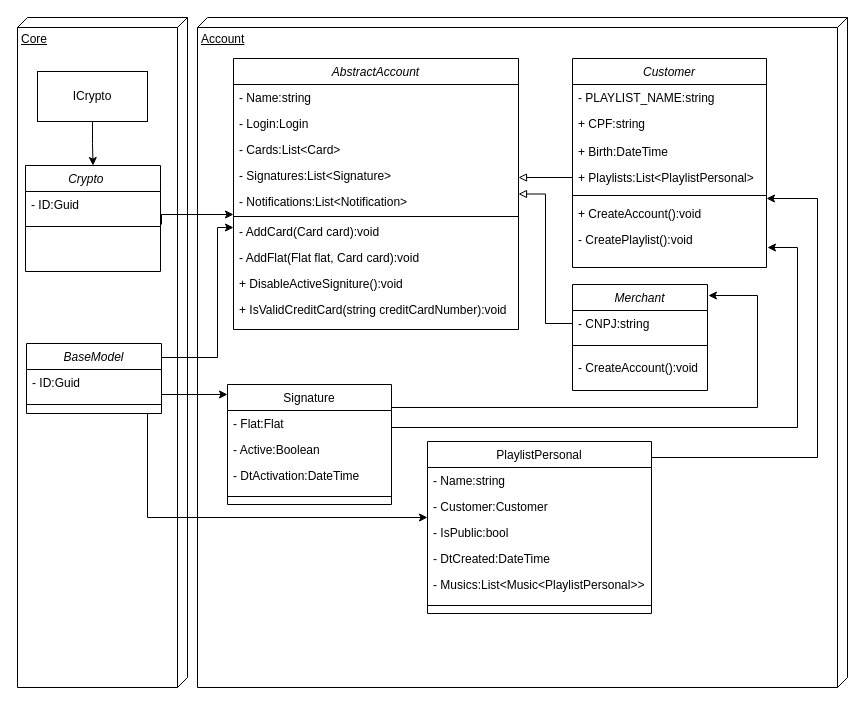
Above: Class_Diagram.drawio in alexfariakof/Infnet_Tecnologia_.NET_23E4_2 (draw.io), before the change. Source tidied: cells renumbered, new cells numbered last; positions are measured from the earlier drawing's top-left corner, leaving out a move shared by most shapes. Both pictures are drawn from the tidied source at 100%, with x=0, y=0 at pixel (17, 17).
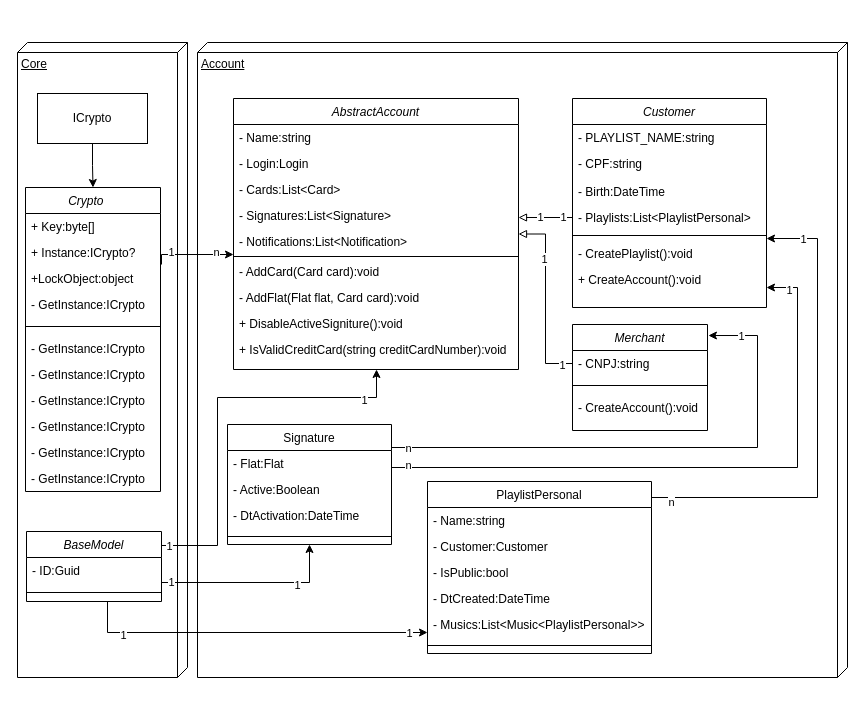
The same page after the edit.

Unchanged cells that the change refers to:
```xml
<mxCell id="50" style="edgeStyle=orthogonalEdgeStyle;rounded=0;jettySize=auto;html=1;endArrow=block;endFill=0;" parent="1" edge="1" source="30" target="4">
  <mxGeometry relative="1" as="geometry" />
</mxCell>
```

What changed in the source:
```diff
@@
     <mxCell id="2" value="Account&lt;br&gt;" style="verticalAlign=top;align=left;spacingTop=8;spacingLeft=2;spacingRight=12;shape=cube;size=10;direction=south;fontStyle=4;html=1;whiteSpace=wrap;" parent="1" vertex="1">
-      <mxGeometry x="180" width="650" height="670" as="geometry" />
+      <mxGeometry x="180" y="25" width="650" height="635" as="geometry" />
     </mxCell>
     <mxCell id="3" value="Core&lt;br&gt;" style="verticalAlign=top;align=left;spacingTop=8;spacingLeft=2;spacingRight=12;shape=cube;size=10;direction=south;fontStyle=4;html=1;whiteSpace=wrap;" parent="1" vertex="1">
-      <mxGeometry width="170" height="670" as="geometry" />
+      <mxGeometry y="25" width="170" height="635" as="geometry" />
     </mxCell>
     <mxCell id="4" value="AbstractAccount" style="swimlane;fontStyle=2;align=center;verticalAlign=top;horizontal=1;startSize=26;rounded=0;shadow=0;strokeWidth=1;labelBackgroundColor=default;" parent="1" vertex="1">
-      <mxGeometry x="216" y="41" width="285" height="271" as="geometry" />
+      <mxGeometry x="216" y="81" width="285" height="271" as="geometry" />
     </mxCell>
@@
     <mxCell id="15" value="Customer" style="swimlane;fontStyle=2;align=center;verticalAlign=top;horizontal=1;startSize=26;rounded=0;shadow=0;strokeWidth=1;labelBackgroundColor=default;" parent="1" vertex="1">
-      <mxGeometry x="555" y="41" width="194" height="209" as="geometry" />
+      <mxGeometry x="555" y="81" width="194" height="209" as="geometry" />
     </mxCell>
@@
-    <mxCell id="17" value="+ CPF:string" style="text;align=left;verticalAlign=top;spacingLeft=4;spacingRight=4;overflow=hidden;rounded=0;shadow=0;html=0;" parent="15" vertex="1">
+    <mxCell id="17" value="- CPF:string" style="text;align=left;verticalAlign=top;spacingLeft=4;spacingRight=4;overflow=hidden;rounded=0;shadow=0;html=0;" parent="15" vertex="1">
       <mxGeometry y="52" width="194" height="28" as="geometry" />
     </mxCell>
-    <mxCell id="18" value="+ Birth:DateTime" style="text;align=left;verticalAlign=top;spacingLeft=4;spacingRight=4;overflow=hidden;rounded=0;shadow=0;html=0;" parent="15" vertex="1">
+    <mxCell id="18" value="- Birth:DateTime" style="text;align=left;verticalAlign=top;spacingLeft=4;spacingRight=4;overflow=hidden;rounded=0;shadow=0;html=0;" parent="15" vertex="1">
       <mxGeometry y="80" width="194" height="26" as="geometry" />
     </mxCell>
-    <mxCell id="19" value="+ Playlists:List&lt;PlaylistPersonal&gt;" style="text;align=left;verticalAlign=top;spacingLeft=4;spacingRight=4;overflow=hidden;points=[[0,0.5],[1,0.5]];portConstraint=eastwest;rounded=0;shadow=0;html=0;" parent="15" vertex="1">
+    <mxCell id="19" value="- Playlists:List&lt;PlaylistPersonal&gt;" style="text;align=left;verticalAlign=top;spacingLeft=4;spacingRight=4;overflow=hidden;points=[[0,0.5],[1,0.5]];portConstraint=eastwest;rounded=0;shadow=0;html=0;" parent="15" vertex="1">
       <mxGeometry y="106" width="194" height="26" as="geometry" />
     </mxCell>
@@
+    <mxCell id="22" value="- CreatePlaylist():void" style="text;align=left;verticalAlign=top;spacingLeft=4;spacingRight=4;overflow=hidden;points=[[0,0.5],[1,0.5]];portConstraint=eastwest;rounded=0;shadow=0;html=0;" parent="15" vertex="1">
+      <mxGeometry y="142" width="194" height="26" as="geometry" />
+    </mxCell>
     <mxCell id="21" value="+ CreateAccount():void" style="text;align=left;verticalAlign=top;spacingLeft=4;spacingRight=4;overflow=hidden;rounded=0;shadow=0;html=0;" parent="15" vertex="1">
-      <mxGeometry y="142" width="194" height="26" as="geometry" />
+      <mxGeometry y="168" width="194" height="26" as="geometry" />
     </mxCell>
-    <mxCell id="22" value="- CreatePlaylist():void" style="text;align=left;verticalAlign=top;spacingLeft=4;spacingRight=4;overflow=hidden;points=[[0,0.5],[1,0.5]];portConstraint=eastwest;rounded=0;shadow=0;html=0;" parent="15" vertex="1">
-      <mxGeometry y="168" width="194" height="26" as="geometry" />
-    </mxCell>
     <mxCell id="23" value="Signature" style="swimlane;fontStyle=0;align=center;verticalAlign=top;horizontal=1;startSize=26;rounded=0;shadow=0;strokeWidth=1;" parent="1" vertex="1">
-      <mxGeometry x="210" y="367" width="164" height="120" as="geometry" />
+      <mxGeometry x="210" y="407" width="164" height="120" as="geometry" />
     </mxCell>
@@
     <mxCell id="29" value="Merchant" style="swimlane;fontStyle=2;align=center;verticalAlign=top;horizontal=1;startSize=26;rounded=0;shadow=0;strokeWidth=1;labelBackgroundColor=default;" parent="1" vertex="1">
-      <mxGeometry x="555" y="267" width="135" height="106" as="geometry" />
+      <mxGeometry x="555" y="307" width="135" height="106" as="geometry" />
     </mxCell>
@@
     <mxCell id="33" value="Crypto    " style="swimlane;fontStyle=2;align=center;verticalAlign=top;horizontal=1;startSize=26;rounded=0;shadow=0;strokeWidth=1;labelBackgroundColor=default;" parent="1" vertex="1">
-      <mxGeometry x="8" y="148" width="135" height="106" as="geometry" />
+      <mxGeometry x="8" y="170" width="135" height="304" as="geometry" />
     </mxCell>
-    <mxCell id="34" value="- ID:Guid" style="text;align=left;verticalAlign=top;spacingLeft=4;spacingRight=4;overflow=hidden;rounded=0;shadow=0;html=0;" parent="33" vertex="1">
+    <mxCell id="34" value="+ Key:byte[]" style="text;align=left;verticalAlign=top;spacingLeft=4;spacingRight=4;overflow=hidden;rounded=0;shadow=0;html=0;" parent="33" vertex="1">
       <mxGeometry y="26" width="135" height="26" as="geometry" />
     </mxCell>
+    <mxCell id="57" value="+ Instance:ICrypto?" style="text;align=left;verticalAlign=top;spacingLeft=4;spacingRight=4;overflow=hidden;rounded=0;shadow=0;html=0;" parent="33" vertex="1">
+      <mxGeometry y="52" width="135" height="26" as="geometry" />
+    </mxCell>
+    <mxCell id="58" value="+LockObject:object " style="text;align=left;verticalAlign=top;spacingLeft=4;spacingRight=4;overflow=hidden;rounded=0;shadow=0;html=0;" parent="33" vertex="1">
+      <mxGeometry y="78" width="135" height="26" as="geometry" />
+    </mxCell>
+    <mxCell id="59" value="- GetInstance:ICrypto" style="text;align=left;verticalAlign=top;spacingLeft=4;spacingRight=4;overflow=hidden;rounded=0;shadow=0;html=0;" parent="33" vertex="1">
+      <mxGeometry y="104" width="135" height="26" as="geometry" />
+    </mxCell>
     <mxCell id="35" style="line;html=1;strokeWidth=1;align=left;verticalAlign=middle;spacingTop=-1;spacingLeft=3;spacingRight=3;labelPosition=right;" parent="33" vertex="1">
-      <mxGeometry y="52" width="135" height="18" as="geometry" />
+      <mxGeometry y="130" width="135" height="18" as="geometry" />
     </mxCell>
+    <mxCell id="60" value="- GetInstance:ICrypto" style="text;align=left;verticalAlign=top;spacingLeft=4;spacingRight=4;overflow=hidden;rounded=0;shadow=0;html=0;" parent="33" vertex="1">
+      <mxGeometry y="148" width="135" height="26" as="geometry" />
+    </mxCell>
+    <mxCell id="61" value="- GetInstance:ICrypto" style="text;align=left;verticalAlign=top;spacingLeft=4;spacingRight=4;overflow=hidden;rounded=0;shadow=0;html=0;" parent="33" vertex="1">
+      <mxGeometry y="174" width="135" height="26" as="geometry" />
+    </mxCell>
+    <mxCell id="62" value="- GetInstance:ICrypto" style="text;align=left;verticalAlign=top;spacingLeft=4;spacingRight=4;overflow=hidden;rounded=0;shadow=0;html=0;" parent="33" vertex="1">
+      <mxGeometry y="200" width="135" height="26" as="geometry" />
+    </mxCell>
+    <mxCell id="63" value="- GetInstance:ICrypto" style="text;align=left;verticalAlign=top;spacingLeft=4;spacingRight=4;overflow=hidden;rounded=0;shadow=0;html=0;" parent="33" vertex="1">
+      <mxGeometry y="226" width="135" height="26" as="geometry" />
+    </mxCell>
+    <mxCell id="64" value="- GetInstance:ICrypto" style="text;align=left;verticalAlign=top;spacingLeft=4;spacingRight=4;overflow=hidden;rounded=0;shadow=0;html=0;" parent="33" vertex="1">
+      <mxGeometry y="252" width="135" height="26" as="geometry" />
+    </mxCell>
+    <mxCell id="65" value="- GetInstance:ICrypto" style="text;align=left;verticalAlign=top;spacingLeft=4;spacingRight=4;overflow=hidden;rounded=0;shadow=0;html=0;" parent="33" vertex="1">
+      <mxGeometry y="278" width="135" height="26" as="geometry" />
+    </mxCell>
@@
     <mxCell id="37" value="ICrypto" style="html=1;whiteSpace=wrap;" parent="1" vertex="1">
-      <mxGeometry x="20" y="54" width="110" height="50" as="geometry" />
+      <mxGeometry x="20" y="76" width="110" height="50" as="geometry" />
     </mxCell>
     <mxCell id="38" value="BaseModel" style="swimlane;fontStyle=2;align=center;verticalAlign=top;horizontal=1;startSize=26;rounded=0;shadow=0;strokeWidth=1;labelBackgroundColor=default;" parent="1" vertex="1">
-      <mxGeometry x="9" y="326" width="135" height="70" as="geometry" />
+      <mxGeometry x="9" y="514" width="135" height="70" as="geometry" />
     </mxCell>
@@
     <mxCell id="41" style="edgeStyle=orthogonalEdgeStyle;rounded=0;jettySize=auto;html=1;" parent="1" edge="1" source="42" target="15">
       <mxGeometry relative="1" as="geometry">
         <Array as="points">
-          <mxPoint x="800" y="440" />
-          <mxPoint x="800" y="181" />
+          <mxPoint x="800" y="480" />
+          <mxPoint x="800" y="221" />
         </Array>
       </mxGeometry>
     </mxCell>
+    <mxCell id="66" value="1" style="edgeLabel;html=1;align=center;verticalAlign=middle;" parent="41" vertex="1">
+      <mxGeometry x="0.85" relative="1" as="geometry" />
+    </mxCell>
+    <mxCell id="67" value="n" style="edgeLabel;html=1;align=center;verticalAlign=middle;" parent="41" vertex="1">
+      <mxGeometry x="-0.92" y="-4" relative="1" as="geometry" />
+    </mxCell>
     <mxCell id="42" value="PlaylistPersonal" style="swimlane;fontStyle=0;align=center;verticalAlign=top;horizontal=1;startSize=26;rounded=0;shadow=0;strokeWidth=1;" parent="1" vertex="1">
-      <mxGeometry x="410" y="424" width="224" height="172" as="geometry" />
+      <mxGeometry x="410" y="464" width="224" height="172" as="geometry" />
     </mxCell>
@@
     <mxCell id="49" style="edgeStyle=orthogonalEdgeStyle;rounded=0;jettySize=auto;html=1;endArrow=block;endFill=0;" parent="1" edge="1" source="19" target="4">
       <mxGeometry relative="1" as="geometry">
         <Array as="points">
-          <mxPoint x="640" y="173" />
-          <mxPoint x="640" y="173" />
+          <mxPoint x="640" y="213" />
+          <mxPoint x="640" y="213" />
         </Array>
       </mxGeometry>
     </mxCell>
+    <mxCell id="68" value="1" style="edgeLabel;html=1;align=center;verticalAlign=middle;" parent="49" vertex="1">
+      <mxGeometry x="0.22" y="-1" relative="1" as="geometry" />
+    </mxCell>
+    <mxCell id="69" value="1" style="edgeLabel;html=1;align=center;verticalAlign=middle;" parent="49" vertex="1">
+      <mxGeometry x="-0.63" y="-1" relative="1" as="geometry" />
+    </mxCell>
@@
+    <mxCell id="70" value="1" style="edgeLabel;html=1;align=center;verticalAlign=middle;" parent="50" vertex="1">
+      <mxGeometry x="0.44" y="2" relative="1" as="geometry" />
+    </mxCell>
+    <mxCell id="71" value="1" style="edgeLabel;html=1;align=center;verticalAlign=middle;" parent="50" vertex="1">
+      <mxGeometry x="-0.88" y="1" relative="1" as="geometry" />
+    </mxCell>
     <mxCell id="51" style="edgeStyle=orthogonalEdgeStyle;rounded=0;jettySize=auto;html=1;exitX=1;exitY=0.25;exitDx=0;exitDy=0;" parent="1" edge="1" source="38" target="4">
       <mxGeometry relative="1" as="geometry">
         <Array as="points">
-          <mxPoint x="144" y="340" />
-          <mxPoint x="200" y="340" />
-          <mxPoint x="200" y="210" />
+          <mxPoint x="144" y="528" />
+          <mxPoint x="200" y="528" />
+          <mxPoint x="200" y="380" />
+          <mxPoint x="359" y="380" />
         </Array>
       </mxGeometry>
     </mxCell>
+    <mxCell id="72" value="1" style="edgeLabel;html=1;align=center;verticalAlign=middle;" parent="51" vertex="1">
+      <mxGeometry x="-0.75" relative="1" as="geometry">
+        <mxPoint x="-38" as="offset" />
+      </mxGeometry>
+    </mxCell>
+    <mxCell id="73" value="1" style="edgeLabel;html=1;align=center;verticalAlign=middle;" parent="51" vertex="1">
+      <mxGeometry x="0.69" y="-2" relative="1" as="geometry">
+        <mxPoint x="21" as="offset" />
+      </mxGeometry>
+    </mxCell>
     <mxCell id="52" style="edgeStyle=orthogonalEdgeStyle;rounded=0;orthogonalLoop=1;jettySize=auto;html=1;" parent="1" edge="1">
       <mxGeometry relative="1" as="geometry">
-        <mxPoint x="144" y="207" as="sourcePoint" />
-        <mxPoint x="216" y="197" as="targetPoint" />
+        <mxPoint x="144" y="247" as="sourcePoint" />
+        <mxPoint x="216" y="237" as="targetPoint" />
         <Array as="points">
-          <mxPoint x="144" y="197" />
+          <mxPoint x="144" y="237" />
         </Array>
       </mxGeometry>
     </mxCell>
+    <mxCell id="74" value="1" style="edgeLabel;html=1;align=center;verticalAlign=middle;" parent="52" vertex="1">
+      <mxGeometry x="-0.54" y="3" relative="1" as="geometry" />
+    </mxCell>
+    <mxCell id="75" value="n" style="edgeLabel;html=1;align=center;verticalAlign=middle;" parent="52" vertex="1">
+      <mxGeometry x="0.34" y="3" relative="1" as="geometry">
+        <mxPoint x="9" as="offset" />
+      </mxGeometry>
+    </mxCell>
-    <mxCell id="53" style="edgeStyle=orthogonalEdgeStyle;rounded=0;jettySize=auto;html=1;entryX=1.005;entryY=0.808;entryDx=0;entryDy=0;entryPerimeter=0;" parent="1" edge="1" source="23" target="22">
+    <mxCell id="53" style="edgeStyle=orthogonalEdgeStyle;rounded=0;jettySize=auto;html=1;" parent="1" edge="1" source="23" target="15">
       <mxGeometry relative="1" as="geometry">
         <Array as="points">
-          <mxPoint x="780" y="410" />
-          <mxPoint x="780" y="230" />
+          <mxPoint x="780" y="450" />
+          <mxPoint x="780" y="270" />
         </Array>
       </mxGeometry>
     </mxCell>
+    <mxCell id="76" value="n" style="edgeLabel;html=1;align=center;verticalAlign=middle;" parent="53" vertex="1">
+      <mxGeometry x="-0.94" y="3" relative="1" as="geometry">
+        <mxPoint x="-3" as="offset" />
+      </mxGeometry>
+    </mxCell>
+    <mxCell id="77" value="1" style="edgeLabel;html=1;align=center;verticalAlign=middle;" parent="53" vertex="1">
+      <mxGeometry x="0.93" y="2" relative="1" as="geometry" />
+    </mxCell>
     <mxCell id="54" style="edgeStyle=orthogonalEdgeStyle;rounded=0;jettySize=auto;html=1;entryX=1.007;entryY=0.104;entryDx=0;entryDy=0;entryPerimeter=0;" parent="1" edge="1" source="23" target="29">
       <mxGeometry relative="1" as="geometry">
         <Array as="points">
-          <mxPoint x="740" y="390" />
-          <mxPoint x="740" y="278" />
+          <mxPoint x="740" y="430" />
+          <mxPoint x="740" y="318" />
         </Array>
       </mxGeometry>
     </mxCell>
+    <mxCell id="78" value="1" style="edgeLabel;html=1;align=center;verticalAlign=middle;" parent="54" vertex="1">
+      <mxGeometry x="0.88" relative="1" as="geometry" />
+    </mxCell>
+    <mxCell id="79" value="n" style="edgeLabel;html=1;align=center;verticalAlign=middle;" parent="54" vertex="1">
+      <mxGeometry x="-0.94" relative="1" as="geometry" />
+    </mxCell>
-    <mxCell id="55" style="edgeStyle=orthogonalEdgeStyle;rounded=0;jettySize=auto;html=1;entryX=0;entryY=0.083;entryDx=0;entryDy=0;entryPerimeter=0;" parent="1" edge="1" source="38" target="23">
+    <mxCell id="55" style="edgeStyle=orthogonalEdgeStyle;rounded=0;jettySize=auto;html=1;" parent="1" edge="1" source="38" target="23">
       <mxGeometry relative="1" as="geometry">
         <Array as="points">
-          <mxPoint x="170" y="377" />
-          <mxPoint x="170" y="377" />
+          <mxPoint x="292" y="565" />
         </Array>
       </mxGeometry>
     </mxCell>
+    <mxCell id="80" value="1" style="edgeLabel;html=1;align=center;verticalAlign=middle;" parent="55" vertex="1">
+      <mxGeometry y="-2" relative="1" as="geometry">
+        <mxPoint x="42" as="offset" />
+      </mxGeometry>
+    </mxCell>
+    <mxCell id="81" value="1" style="edgeLabel;html=1;align=center;verticalAlign=middle;" parent="55" vertex="1">
+      <mxGeometry x="-0.55" y="1" relative="1" as="geometry">
+        <mxPoint x="-33" as="offset" />
+      </mxGeometry>
+    </mxCell>
-    <mxCell id="56" style="edgeStyle=orthogonalEdgeStyle;rounded=0;jettySize=auto;html=1;" parent="1" edge="1" source="38" target="42">
+    <mxCell id="56" style="edgeStyle=orthogonalEdgeStyle;rounded=0;jettySize=auto;html=1;" parent="1" edge="1" source="38">
       <mxGeometry relative="1" as="geometry">
+        <mxPoint x="410" y="615" as="targetPoint" />
         <Array as="points">
-          <mxPoint x="130" y="500" />
+          <mxPoint x="90" y="615" />
         </Array>
       </mxGeometry>
     </mxCell>
+    <mxCell id="82" value="1" style="edgeLabel;html=1;align=center;verticalAlign=middle;" parent="56" vertex="1">
+      <mxGeometry x="-0.74" y="-2" relative="1" as="geometry" />
+    </mxCell>
+    <mxCell id="83" value="1" style="edgeLabel;html=1;align=center;verticalAlign=middle;" parent="56" vertex="1">
+      <mxGeometry x="0.91" relative="1" as="geometry">
+        <mxPoint x="-3" as="offset" />
+      </mxGeometry>
+    </mxCell>
```
